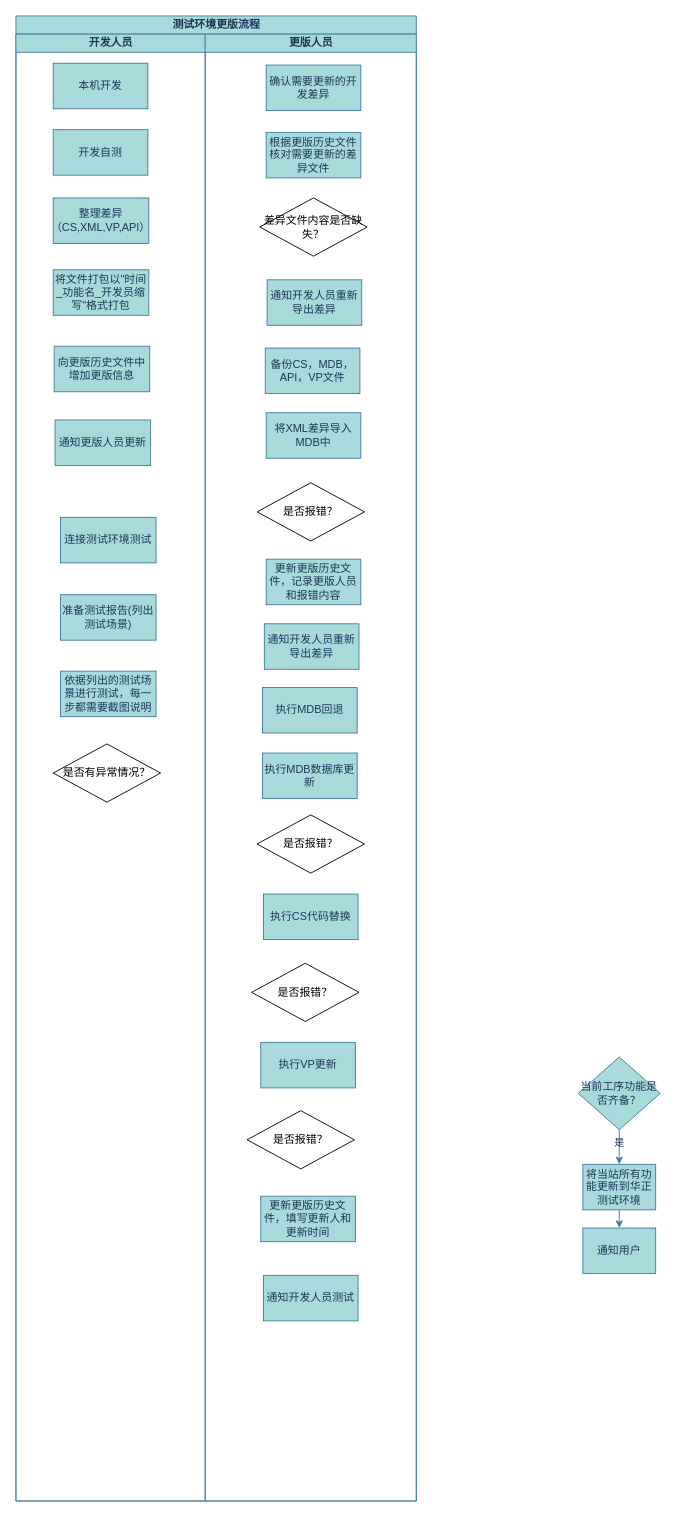
This is 未命名绘图.drawio from little-white-dragon1/Diagrams, a draw.io file, before an edit. Source tidied: cells renumbered, new cells numbered last; positions are measured from the earlier drawing's top-left corner, leaving out a move shared by most shapes. Both pictures are drawn from the tidied source at 91%, with x=0, y=0 at pixel (15, 15).
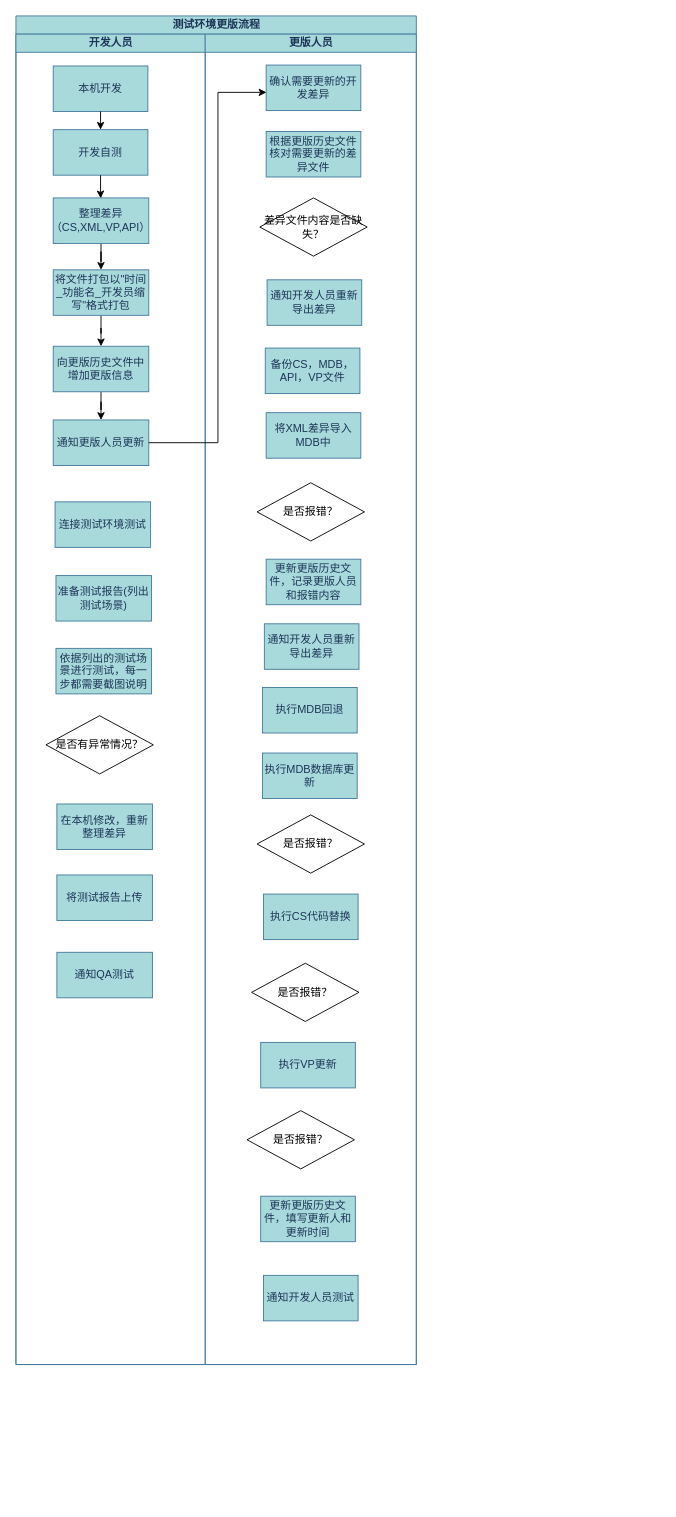
After the change.

Commit message (it also covers changes not shown here):
更新未命名绘图.drawio

Unchanged cells that the change refers to:
```xml
<mxCell id="5" value="开发自测" style="rounded=0;whiteSpace=wrap;html=1;labelBackgroundColor=none;fillColor=#A8DADC;strokeColor=#457B9D;fontColor=#1D3557;" parent="3" vertex="1">
  <mxGeometry x="41" y="105" width="104" height="50" as="geometry" />
</mxCell>
<mxCell id="6" value="整理差异（CS,XML,VP,API）" style="rounded=0;whiteSpace=wrap;html=1;labelBackgroundColor=none;fillColor=#A8DADC;strokeColor=#457B9D;fontColor=#1D3557;" parent="3" vertex="1">
  <mxGeometry x="41" y="180" width="105" height="50" as="geometry" />
</mxCell>
<mxCell id="9" value="将文件打包以&quot;时间_功能名_开发员缩写&quot;格式打包" style="rounded=0;whiteSpace=wrap;html=1;labelBackgroundColor=none;fillColor=#A8DADC;strokeColor=#457B9D;fontColor=#1D3557;" parent="3" vertex="1">
  <mxGeometry x="41" y="259" width="105" height="50" as="geometry" />
</mxCell>
<mxCell id="15" value="确认需要更新的开发差异" style="rounded=0;whiteSpace=wrap;html=1;labelBackgroundColor=none;fillColor=#A8DADC;strokeColor=#457B9D;fontColor=#1D3557;" parent="14" vertex="1">
  <mxGeometry x="67" y="34" width="104" height="50" as="geometry" />
</mxCell>
```

The edit, as a diff of the source:
```diff
@@
     <mxCell id="2" value="测试环境更版流程" style="swimlane;startSize=20;html=1;labelBackgroundColor=none;fillColor=#A8DADC;strokeColor=#457B9D;fontColor=#1D3557;" parent="1" vertex="1">
-      <mxGeometry width="440" height="1632" as="geometry" />
+      <mxGeometry width="440" height="1482" as="geometry" />
     </mxCell>
     <mxCell id="3" value="开发人员" style="swimlane;startSize=20;html=1;labelBackgroundColor=none;fillColor=#A8DADC;strokeColor=#457B9D;fontColor=#1D3557;" parent="2" vertex="1">
-      <mxGeometry y="20" width="208" height="1612" as="geometry" />
+      <mxGeometry y="20" width="208" height="1462" as="geometry" />
     </mxCell>
     <mxCell id="4" value="本机开发" style="rounded=0;whiteSpace=wrap;html=1;labelBackgroundColor=none;fillColor=#A8DADC;strokeColor=#457B9D;fontColor=#1D3557;" parent="3" vertex="1">
-      <mxGeometry x="41" y="32" width="104" height="50" as="geometry" />
+      <mxGeometry x="41" y="35" width="104" height="50" as="geometry" />
     </mxCell>
@@
+    <mxCell id="39" style="edgeStyle=orthogonalEdgeStyle;rounded=0;jettySize=auto;html=1;" parent="3" edge="1" source="6" target="9">
+      <mxGeometry relative="1" as="geometry" />
+    </mxCell>
@@
     <mxCell id="7" value="通知更版人员更新" style="rounded=0;whiteSpace=wrap;html=1;labelBackgroundColor=none;fillColor=#A8DADC;strokeColor=#457B9D;fontColor=#1D3557;" parent="3" vertex="1">
-      <mxGeometry x="43" y="424" width="105" height="50" as="geometry" />
+      <mxGeometry x="41" y="424" width="105" height="50" as="geometry" />
     </mxCell>
+    <mxCell id="40" style="edgeStyle=orthogonalEdgeStyle;rounded=0;jettySize=auto;html=1;" parent="3" edge="1" source="8" target="7">
+      <mxGeometry relative="1" as="geometry" />
+    </mxCell>
     <mxCell id="8" value="向更版历史文件中增加更版信息" style="rounded=0;whiteSpace=wrap;html=1;labelBackgroundColor=none;fillColor=#A8DADC;strokeColor=#457B9D;fontColor=#1D3557;" parent="3" vertex="1">
-      <mxGeometry x="42" y="343" width="105" height="50" as="geometry" />
+      <mxGeometry x="41" y="343" width="105" height="50" as="geometry" />
     </mxCell>
+    <mxCell id="41" style="edgeStyle=orthogonalEdgeStyle;rounded=0;jettySize=auto;html=1;" parent="3" edge="1" source="9" target="8">
+      <mxGeometry relative="1" as="geometry" />
+    </mxCell>
@@
     <mxCell id="10" value="连接测试环境测试" style="rounded=0;whiteSpace=wrap;html=1;labelBackgroundColor=none;fillColor=#A8DADC;strokeColor=#457B9D;fontColor=#1D3557;" parent="3" vertex="1">
-      <mxGeometry x="49" y="531" width="105" height="50" as="geometry" />
+      <mxGeometry x="43" y="514" width="105" height="50" as="geometry" />
     </mxCell>
     <mxCell id="11" value="准备测试报告(列出测试场景)" style="rounded=0;whiteSpace=wrap;html=1;labelBackgroundColor=none;fillColor=#A8DADC;strokeColor=#457B9D;fontColor=#1D3557;" parent="3" vertex="1">
-      <mxGeometry x="49" y="616" width="105" height="50" as="geometry" />
+      <mxGeometry x="44" y="595" width="105" height="50" as="geometry" />
     </mxCell>
     <mxCell id="12" value="依据列出的测试场景进行测试，每一步都需要截图说明" style="rounded=0;whiteSpace=wrap;html=1;labelBackgroundColor=none;fillColor=#A8DADC;strokeColor=#457B9D;fontColor=#1D3557;" parent="3" vertex="1">
-      <mxGeometry x="49" y="700" width="105" height="50" as="geometry" />
+      <mxGeometry x="44" y="675" width="105" height="50" as="geometry" />
     </mxCell>
     <mxCell id="13" value="是否有异常情况？" style="rhombus;whiteSpace=wrap;html=1;" parent="3" vertex="1">
-      <mxGeometry x="41" y="780" width="118" height="64" as="geometry" />
+      <mxGeometry x="33" y="749" width="118" height="64" as="geometry" />
     </mxCell>
+    <mxCell id="42" value="在本机修改，重新整理差异" style="rounded=0;whiteSpace=wrap;html=1;labelBackgroundColor=none;fillColor=#A8DADC;strokeColor=#457B9D;fontColor=#1D3557;" parent="3" vertex="1">
+      <mxGeometry x="45" y="846" width="105" height="50" as="geometry" />
+    </mxCell>
+    <mxCell id="43" value="将测试报告上传" style="rounded=0;whiteSpace=wrap;html=1;labelBackgroundColor=none;fillColor=#A8DADC;strokeColor=#457B9D;fontColor=#1D3557;" parent="3" vertex="1">
+      <mxGeometry x="45" y="924" width="105" height="50" as="geometry" />
+    </mxCell>
+    <mxCell id="44" value="通知QA测试" style="rounded=0;whiteSpace=wrap;html=1;labelBackgroundColor=none;fillColor=#A8DADC;strokeColor=#457B9D;fontColor=#1D3557;" parent="3" vertex="1">
+      <mxGeometry x="45" y="1009" width="105" height="50" as="geometry" />
+    </mxCell>
+    <mxCell id="45" style="edgeStyle=orthogonalEdgeStyle;rounded=0;jettySize=auto;html=1;entryX=0.505;entryY=-0.002;entryDx=0;entryDy=0;entryPerimeter=0;" parent="3" edge="1" source="4" target="5">
+      <mxGeometry relative="1" as="geometry" />
+    </mxCell>
+    <mxCell id="46" style="edgeStyle=orthogonalEdgeStyle;rounded=0;jettySize=auto;html=1;entryX=0.497;entryY=0.009;entryDx=0;entryDy=0;entryPerimeter=0;" parent="3" edge="1" source="5" target="6">
+      <mxGeometry relative="1" as="geometry" />
+    </mxCell>
     <mxCell id="14" value="更版人员" style="swimlane;startSize=20;html=1;labelBackgroundColor=none;fillColor=#A8DADC;strokeColor=#457B9D;fontColor=#1D3557;" parent="2" vertex="1">
-      <mxGeometry x="208" y="20" width="232" height="1612" as="geometry" />
+      <mxGeometry x="208" y="20" width="232" height="1462" as="geometry" />
     </mxCell>
@@
     <mxCell id="16" value="根据更版历史文件核对需要更新的差异文件" style="rounded=0;whiteSpace=wrap;html=1;labelBackgroundColor=none;fillColor=#A8DADC;strokeColor=#457B9D;fontColor=#1D3557;" parent="14" vertex="1">
-      <mxGeometry x="67" y="108" width="104" height="50" as="geometry" />
+      <mxGeometry x="67" y="107" width="104" height="50" as="geometry" />
     </mxCell>
@@
-    <mxCell id="33" value="当前工序功能是否齐备？" style="rhombus;whiteSpace=wrap;html=1;labelBackgroundColor=none;fillColor=#A8DADC;strokeColor=#457B9D;fontColor=#1D3557;" parent="1" vertex="1">
-      <mxGeometry x="618" y="1144" width="90" height="80" as="geometry" />
-    </mxCell>
-    <mxCell id="34" value="将当站所有功能更新到华正测试环境" style="rounded=0;whiteSpace=wrap;html=1;labelBackgroundColor=none;fillColor=#A8DADC;strokeColor=#457B9D;fontColor=#1D3557;" parent="1" vertex="1">
-      <mxGeometry x="623" y="1262" width="80" height="50" as="geometry" />
-    </mxCell>
-    <mxCell id="35" value="通知用户" style="rounded=0;whiteSpace=wrap;html=1;labelBackgroundColor=none;fillColor=#A8DADC;strokeColor=#457B9D;fontColor=#1D3557;" parent="1" vertex="1">
-      <mxGeometry x="623" y="1332" width="80" height="50" as="geometry" />
-    </mxCell>
-    <mxCell id="36" style="edgeStyle=orthogonalEdgeStyle;rounded=0;jettySize=auto;html=1;exitX=0.5;exitY=1;exitDx=0;exitDy=0;entryX=0.5;entryY=0;entryDx=0;entryDy=0;labelBackgroundColor=none;strokeColor=#457B9D;fontColor=default;" parent="1" edge="1" source="33" target="34">
-      <mxGeometry relative="1" as="geometry" />
-    </mxCell>
-    <mxCell id="37" value="是" style="edgeLabel;html=1;align=center;verticalAlign=middle;labelBackgroundColor=none;fontColor=#1D3557;" parent="36" vertex="1">
-      <mxGeometry x="-0.32" y="-1" relative="1" as="geometry" />
-    </mxCell>
-    <mxCell id="38" style="edgeStyle=orthogonalEdgeStyle;rounded=0;jettySize=auto;html=1;exitX=0.5;exitY=1;exitDx=0;exitDy=0;entryX=0.5;entryY=0;entryDx=0;entryDy=0;labelBackgroundColor=none;strokeColor=#457B9D;fontColor=default;" parent="1" edge="1" source="34" target="35">
-      <mxGeometry relative="1" as="geometry" />
-    </mxCell>
+    <mxCell id="47" style="edgeStyle=orthogonalEdgeStyle;rounded=0;jettySize=auto;html=1;entryX=0.003;entryY=0.6;entryDx=0;entryDy=0;entryPerimeter=0;" parent="2" edge="1" source="7" target="15">
+      <mxGeometry relative="1" as="geometry">
+        <Array as="points">
+          <mxPoint x="222" y="469" />
+          <mxPoint x="222" y="84" />
+        </Array>
+      </mxGeometry>
+    </mxCell>
```
